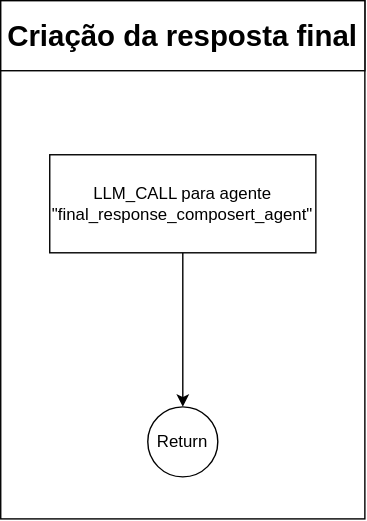
Before: docs/entregas/paper_v2/latex/diagrams/criacao_da_resposta_final.svg, a diagram exported from draw.io (TCC-FEI-Harness-IA/AI-Harness-Beyond-Software-Engineering). Source tidied: cells renumbered, new cells last; positions are measured from the earlier drawing's top-left corner, leaving out a move shared by most shapes. The source it was exported from:
```xml
<mxGraphModel>
  <root>
    <mxCell id="0" />
    <mxCell id="1" parent="0" />
    <mxCell id="2" style="rounded=0;whiteSpace=wrap;html=1;fillColor=none;" parent="1" vertex="1">
      <mxGeometry width="260" height="370" as="geometry" />
    </mxCell>
    <mxCell id="3" value="&lt;b&gt;&lt;font style=&quot;font-size: 21px;&quot;&gt;Criação da resposta final&lt;/font&gt;&lt;/b&gt;" style="rounded=0;whiteSpace=wrap;html=1;" parent="1" vertex="1">
      <mxGeometry width="260" height="50" as="geometry" />
    </mxCell>
    <mxCell id="4" style="edgeStyle=orthogonalEdgeStyle;rounded=0;jettySize=auto;html=1;" parent="1" edge="1" source="5" target="6">
      <mxGeometry relative="1" as="geometry" />
    </mxCell>
    <mxCell id="5" value="LLM_CALL para agente &quot;final_response_composert_agent&quot;" style="rounded=0;whiteSpace=wrap;html=1;" parent="1" vertex="1">
      <mxGeometry x="35" y="110" width="190" height="70" as="geometry" />
    </mxCell>
    <mxCell id="6" value="Return" style="ellipse;whiteSpace=wrap;html=1;" parent="1" vertex="1">
      <mxGeometry x="105" y="290" width="50" height="50" as="geometry" />
    </mxCell>
  </root>
</mxGraphModel>
```
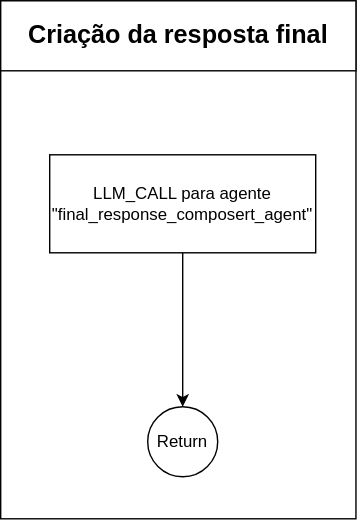
Above is the later version.

Diff of the diagram source:
```diff
@@ -2,11 +2,11 @@
   <root>
     <mxCell id="0" />
     <mxCell id="1" parent="0" />
-    <mxCell id="2" style="rounded=0;whiteSpace=wrap;html=1;fillColor=none;" parent="1" vertex="1">
-      <mxGeometry width="260" height="370" as="geometry" />
-    </mxCell>
+    <mxCell id="7" style="rounded=0;whiteSpace=wrap;html=1;fillColor=none;" parent="1" vertex="1">
+      <mxGeometry width="253.8" height="370" as="geometry" />
+    </mxCell>
-    <mxCell id="3" value="&lt;b&gt;&lt;font style=&quot;font-size: 21px;&quot;&gt;Criação da resposta final&lt;/font&gt;&lt;/b&gt;" style="rounded=0;whiteSpace=wrap;html=1;" parent="1" vertex="1">
-      <mxGeometry width="260" height="50" as="geometry" />
+    <mxCell id="3" value="&lt;b&gt;&lt;font style=&quot;font-size: 18px;&quot;&gt;Criação da resposta final&lt;/font&gt;&lt;/b&gt;" style="rounded=0;whiteSpace=wrap;html=1;" parent="1" vertex="1">
+      <mxGeometry width="253.8" height="50" as="geometry" />
     </mxCell>
     <mxCell id="4" style="edgeStyle=orthogonalEdgeStyle;rounded=0;jettySize=auto;html=1;" parent="1" edge="1" source="5" target="6">
       <mxGeometry relative="1" as="geometry" />
```
